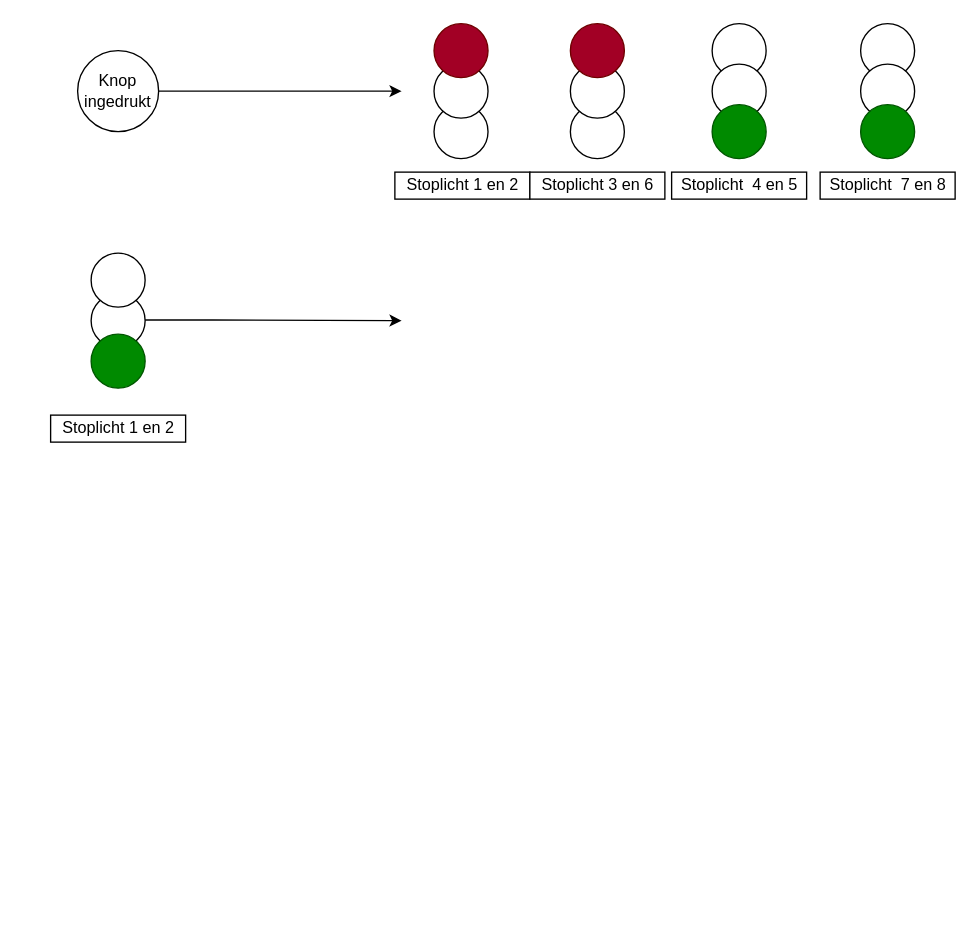
Earlier version of the draw.io diagram stap 3 toestandsdiagram/Untitled Diagram (1).drawio (emmaus-5h/5Hin2-arduino-sem-laylaL). Source tidied: cells renumbered, new cells numbered last; positions are measured from the earlier drawing's top-left corner, leaving out a move shared by most shapes. Both pictures are drawn from the tidied source at 135%, with x=0, y=0 at pixel (50, 23).
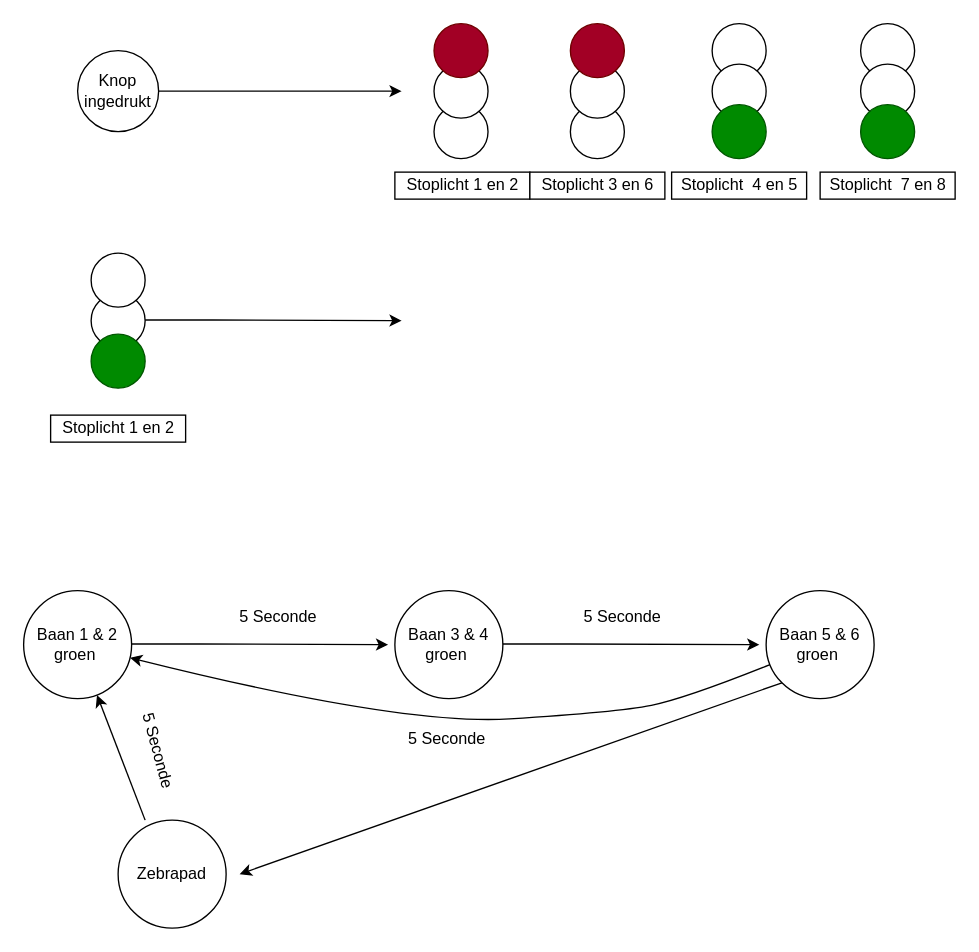
The same page after the edit.

The edit, as a diff of the source:
```diff
@@
+    <mxCell id="25" value="Baan 1 &amp;amp; 2&lt;br&gt;groen&amp;nbsp;" style="ellipse;whiteSpace=wrap;html=1;strokeColor=default;fillColor=default;fontColor=default;" parent="1" vertex="1">
+      <mxGeometry x="-20" y="420" width="80" height="80" as="geometry" />
+    </mxCell>
+    <mxCell id="26" style="endArrow=classic;html=1;rounded=0;fontColor=default;strokeColor=default;labelBackgroundColor=default;exitX=1;exitY=0.5;exitDx=0;exitDy=0;" parent="1" edge="1">
+      <mxGeometry relative="1" as="geometry">
+        <mxPoint x="60" y="459.5" as="sourcePoint" />
+        <mxPoint x="250" y="460" as="targetPoint" />
+        <Array as="points">
+          <mxPoint x="110" y="459.5" />
+        </Array>
+      </mxGeometry>
+    </mxCell>
+    <mxCell id="27" value="Baan 3 &amp;amp; 4&lt;br&gt;groen&amp;nbsp;" style="ellipse;whiteSpace=wrap;html=1;strokeColor=default;fillColor=default;fontColor=default;" parent="1" vertex="1">
+      <mxGeometry x="255" y="420" width="80" height="80" as="geometry" />
+    </mxCell>
+    <mxCell id="28" value="5 Seconde&amp;nbsp;" style="text;html=1;align=center;verticalAlign=middle;strokeColor=none;fillColor=none;" parent="1" vertex="1">
+      <mxGeometry x="130" y="430" width="80" height="20" as="geometry" />
+    </mxCell>
+    <mxCell id="29" style="endArrow=classic;html=1;rounded=0;fontColor=default;strokeColor=default;labelBackgroundColor=default;exitX=1;exitY=0.5;exitDx=0;exitDy=0;fontStyle=1;" parent="1" edge="1">
+      <mxGeometry relative="1" as="geometry">
+        <mxPoint x="335" y="459.5" as="sourcePoint" />
+        <mxPoint x="525" y="460" as="targetPoint" />
+        <Array as="points">
+          <mxPoint x="385" y="459.5" />
+        </Array>
+      </mxGeometry>
+    </mxCell>
+    <mxCell id="30" value="5 Seconde&amp;nbsp;" style="text;html=1;align=center;verticalAlign=middle;strokeColor=none;fillColor=none;" parent="1" vertex="1">
+      <mxGeometry x="385" y="430" width="80" height="20" as="geometry" />
+    </mxCell>
+    <mxCell id="31" value="Baan 5 &amp;amp; 6&lt;br&gt;groen&amp;nbsp;" style="ellipse;whiteSpace=wrap;html=1;strokeColor=default;fillColor=default;fontColor=default;" parent="1" vertex="1">
+      <mxGeometry x="530" y="420" width="80" height="80" as="geometry" />
+    </mxCell>
+    <mxCell id="32" style="curved=1;endArrow=classic;html=1;rounded=0;" parent="1" edge="1" source="31" target="25">
+      <mxGeometry relative="1" as="geometry">
+        <Array as="points">
+          <mxPoint x="470" y="500" />
+          <mxPoint x="420" y="510" />
+          <mxPoint x="260" y="520" />
+        </Array>
+      </mxGeometry>
+    </mxCell>
+    <mxCell id="33" value="5 Seconde&amp;nbsp;" style="text;html=1;align=center;verticalAlign=middle;strokeColor=none;fillColor=none;" parent="1" vertex="1">
+      <mxGeometry x="255" y="520" width="80" height="20" as="geometry" />
+    </mxCell>
+    <mxCell id="34" style="endArrow=classic;html=1;rounded=0;exitX=0;exitY=1;exitDx=0;exitDy=0;" parent="1" edge="1" source="31">
+      <mxGeometry relative="1" as="geometry">
+        <mxPoint x="140" y="630" as="targetPoint" />
+      </mxGeometry>
+    </mxCell>
+    <mxCell id="35" value="Zebrapad" style="ellipse;whiteSpace=wrap;html=1;strokeColor=default;fillColor=default;fontColor=default;" parent="1" vertex="1">
+      <mxGeometry x="50" y="590" width="80" height="80" as="geometry" />
+    </mxCell>
+    <mxCell id="36" style="endArrow=classic;html=1;rounded=0;fontColor=default;strokeColor=default;labelBackgroundColor=default;exitX=1;exitY=0.5;exitDx=0;exitDy=0;" parent="1" edge="1" target="25">
+      <mxGeometry relative="1" as="geometry">
+        <mxPoint x="70" y="590" as="sourcePoint" />
+      </mxGeometry>
+    </mxCell>
+    <mxCell id="37" value="5 Seconde&amp;nbsp;" style="text;html=1;align=center;verticalAlign=middle;strokeColor=none;fillColor=none;rotation=75;" parent="1" vertex="1">
+      <mxGeometry x="40" y="530" width="80" height="20" as="geometry" />
+    </mxCell>
```
